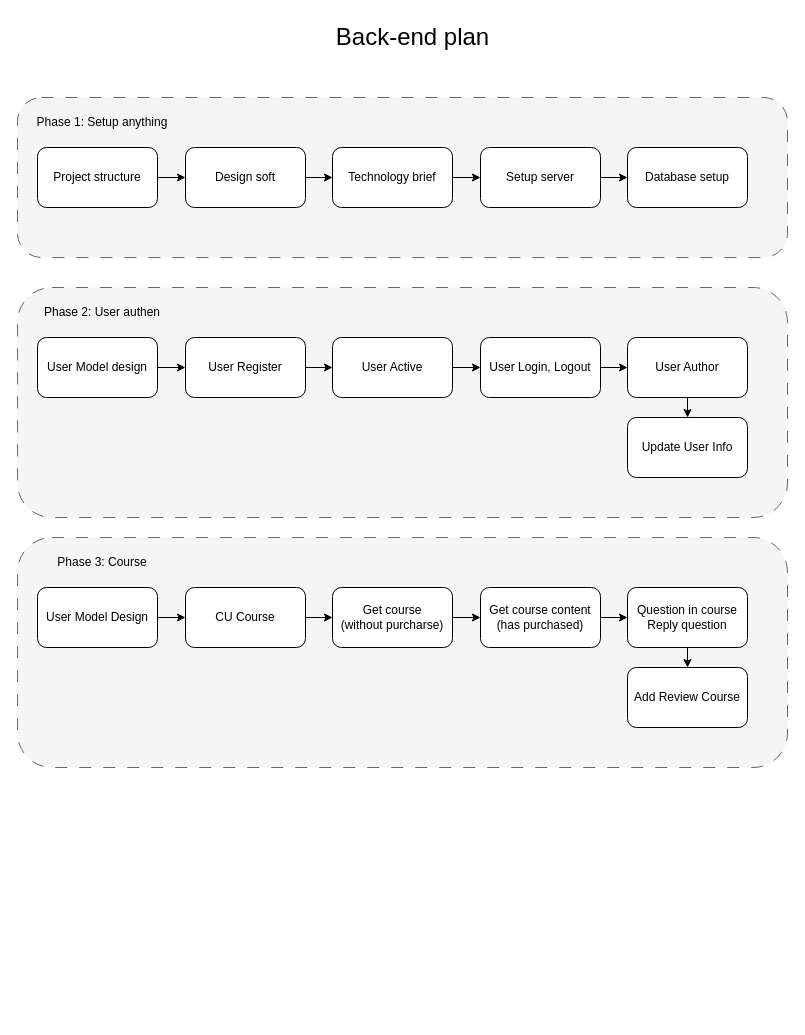
Earlier version of the draw.io diagram Diagrams/backend_plan.drawio (tien-huce-edu/huce_final_project). Source tidied: cells renumbered, new cells numbered last; positions are measured from the earlier drawing's top-left corner, leaving out a move shared by most shapes. Both pictures are drawn from the tidied source at 100%, with x=0, y=0 at pixel (17, 17).
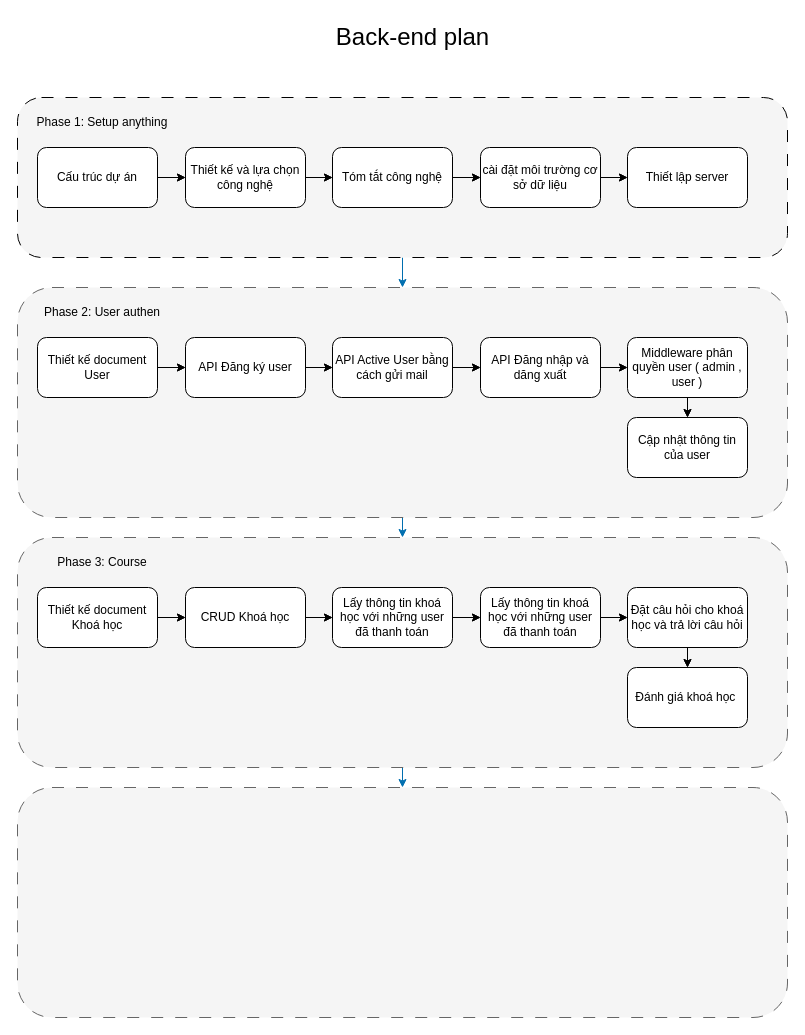
The same diagram, later.

Commit message:
document/diagram_backend_plan_update

The change refers to these unchanged cells:
```xml
<mxCell id="14" style="rounded=1;whiteSpace=wrap;html=1;dashed=1;dashPattern=12 12;fillColor=#f5f5f5;fontColor=#333333;strokeColor=#666666;align=center;" parent="1" vertex="1">
  <mxGeometry y="270" width="770" height="230" as="geometry" />
</mxCell>
<mxCell id="27" style="rounded=1;whiteSpace=wrap;html=1;dashed=1;dashPattern=12 12;fillColor=#f5f5f5;fontColor=#333333;strokeColor=#666666;align=center;" parent="1" vertex="1">
  <mxGeometry y="520" width="770" height="230" as="geometry" />
</mxCell>
```

The edit, as a diff of the source:
```diff
@@
+    <mxCell id="40" style="edgeStyle=orthogonalEdgeStyle;rounded=0;jettySize=auto;html=1;exitX=0.5;exitY=1;exitDx=0;exitDy=0;strokeColor=#006EAF;fillColor=#1ba1e2;" parent="1" edge="1" source="2" target="14">
+      <mxGeometry relative="1" as="geometry" />
+    </mxCell>
-    <mxCell id="2" style="rounded=1;whiteSpace=wrap;html=1;dashed=1;dashPattern=12 12;fillColor=#f5f5f5;fontColor=#333333;strokeColor=#666666;align=center;" parent="1" vertex="1">
+    <mxCell id="2" style="rounded=1;whiteSpace=wrap;html=1;dashed=1;dashPattern=12 12;fillColor=#f5f5f5;fontColor=#333333;strokeColor=#000000;align=center;" parent="1" vertex="1">
       <mxGeometry y="80" width="770" height="160" as="geometry" />
     </mxCell>
@@
-    <mxCell id="5" value="Project structure" style="rounded=1;whiteSpace=wrap;html=1;" parent="1" vertex="1">
+    <mxCell id="5" value="Cấu trúc dự án" style="rounded=1;whiteSpace=wrap;html=1;" parent="1" vertex="1">
       <mxGeometry x="20" y="130" width="120" height="60" as="geometry" />
     </mxCell>
@@
-    <mxCell id="7" value="Design soft" style="rounded=1;whiteSpace=wrap;html=1;" parent="1" vertex="1">
+    <mxCell id="7" value="Thiết kế và lựa chọn công nghệ" style="rounded=1;whiteSpace=wrap;html=1;" parent="1" vertex="1">
       <mxGeometry x="168" y="130" width="120" height="60" as="geometry" />
     </mxCell>
@@
+    <mxCell id="41" style="edgeStyle=orthogonalEdgeStyle;rounded=0;jettySize=auto;html=1;exitX=1;exitY=0.5;exitDx=0;exitDy=0;entryX=0;entryY=0.5;entryDx=0;entryDy=0;strokeColor=#000000;" parent="1" edge="1" source="9" target="11">
+      <mxGeometry relative="1" as="geometry" />
+    </mxCell>
-    <mxCell id="9" value="Technology brief" style="rounded=1;whiteSpace=wrap;html=1;" parent="1" vertex="1">
+    <mxCell id="9" value="Tóm tắt công nghệ" style="rounded=1;whiteSpace=wrap;html=1;" parent="1" vertex="1">
       <mxGeometry x="315" y="130" width="120" height="60" as="geometry" />
     </mxCell>
@@
+    <mxCell id="42" style="edgeStyle=orthogonalEdgeStyle;rounded=0;jettySize=auto;html=1;exitX=1;exitY=0.5;exitDx=0;exitDy=0;entryX=0;entryY=0.5;entryDx=0;entryDy=0;strokeColor=#000000;" parent="1" edge="1" source="11" target="12">
+      <mxGeometry relative="1" as="geometry" />
+    </mxCell>
-    <mxCell id="11" value="Setup server" style="rounded=1;whiteSpace=wrap;html=1;" parent="1" vertex="1">
+    <mxCell id="11" value="cài đặt môi trường cơ sở dữ liệu" style="rounded=1;whiteSpace=wrap;html=1;" parent="1" vertex="1">
       <mxGeometry x="463" y="130" width="120" height="60" as="geometry" />
     </mxCell>
-    <mxCell id="12" value="Database setup" style="rounded=1;whiteSpace=wrap;html=1;" parent="1" vertex="1">
+    <mxCell id="12" value="Thiết lập server" style="rounded=1;whiteSpace=wrap;html=1;" parent="1" vertex="1">
       <mxGeometry x="610" y="130" width="120" height="60" as="geometry" />
     </mxCell>
@@
+    <mxCell id="43" style="edgeStyle=orthogonalEdgeStyle;rounded=0;jettySize=auto;html=1;exitX=0.5;exitY=1;exitDx=0;exitDy=0;entryX=0.5;entryY=0;entryDx=0;entryDy=0;fillColor=#1ba1e2;strokeColor=#006EAF;" parent="1" edge="1" source="14" target="27">
+      <mxGeometry relative="1" as="geometry" />
+    </mxCell>
@@
+    <mxCell id="44" style="edgeStyle=orthogonalEdgeStyle;rounded=0;jettySize=auto;html=1;exitX=1;exitY=0.5;exitDx=0;exitDy=0;entryX=0;entryY=0.5;entryDx=0;entryDy=0;strokeColor=#000000;" parent="1" edge="1" source="16" target="18">
+      <mxGeometry relative="1" as="geometry" />
+    </mxCell>
-    <mxCell id="16" value="User Model design" style="rounded=1;whiteSpace=wrap;html=1;" parent="1" vertex="1">
+    <mxCell id="16" value="Thiết kế document User" style="rounded=1;whiteSpace=wrap;html=1;" parent="1" vertex="1">
       <mxGeometry x="20" y="320" width="120" height="60" as="geometry" />
     </mxCell>
@@
+    <mxCell id="45" style="edgeStyle=orthogonalEdgeStyle;rounded=0;jettySize=auto;html=1;exitX=1;exitY=0.5;exitDx=0;exitDy=0;entryX=0;entryY=0.5;entryDx=0;entryDy=0;strokeColor=#000000;align=center;verticalAlign=middle;fontFamily=Helvetica;fontSize=11;fontColor=default;labelBackgroundColor=default;endArrow=classic;" parent="1" edge="1" source="18" target="20">
+      <mxGeometry relative="1" as="geometry" />
+    </mxCell>
-    <mxCell id="18" value="User Register" style="rounded=1;whiteSpace=wrap;html=1;" parent="1" vertex="1">
+    <mxCell id="18" value="API Đăng ký user" style="rounded=1;whiteSpace=wrap;html=1;" parent="1" vertex="1">
       <mxGeometry x="168" y="320" width="120" height="60" as="geometry" />
     </mxCell>
@@
+    <mxCell id="46" style="edgeStyle=orthogonalEdgeStyle;rounded=0;jettySize=auto;html=1;exitX=1;exitY=0.5;exitDx=0;exitDy=0;entryX=0;entryY=0.5;entryDx=0;entryDy=0;strokeColor=#000000;align=center;verticalAlign=middle;fontFamily=Helvetica;fontSize=11;fontColor=default;labelBackgroundColor=default;endArrow=classic;" parent="1" edge="1" source="20" target="22">
+      <mxGeometry relative="1" as="geometry" />
+    </mxCell>
-    <mxCell id="20" value="User Active" style="rounded=1;whiteSpace=wrap;html=1;" parent="1" vertex="1">
+    <mxCell id="20" value="API Active User bằng cách gửi mail" style="rounded=1;whiteSpace=wrap;html=1;" parent="1" vertex="1">
       <mxGeometry x="315" y="320" width="120" height="60" as="geometry" />
     </mxCell>
@@
+    <mxCell id="47" style="edgeStyle=orthogonalEdgeStyle;rounded=0;jettySize=auto;html=1;exitX=1;exitY=0.5;exitDx=0;exitDy=0;entryX=0;entryY=0.5;entryDx=0;entryDy=0;strokeColor=#000000;align=center;verticalAlign=middle;fontFamily=Helvetica;fontSize=11;fontColor=default;labelBackgroundColor=default;endArrow=classic;" parent="1" edge="1" source="22" target="24">
+      <mxGeometry relative="1" as="geometry" />
+    </mxCell>
-    <mxCell id="22" value="User Login, Logout" style="rounded=1;whiteSpace=wrap;html=1;" parent="1" vertex="1">
+    <mxCell id="22" value="API Đăng nhập và dăng xuất" style="rounded=1;whiteSpace=wrap;html=1;" parent="1" vertex="1">
       <mxGeometry x="463" y="320" width="120" height="60" as="geometry" />
     </mxCell>
@@
+    <mxCell id="48" style="edgeStyle=orthogonalEdgeStyle;rounded=0;jettySize=auto;html=1;exitX=0.5;exitY=1;exitDx=0;exitDy=0;entryX=0.5;entryY=0;entryDx=0;entryDy=0;strokeColor=#000000;align=center;verticalAlign=middle;fontFamily=Helvetica;fontSize=11;fontColor=default;labelBackgroundColor=default;endArrow=classic;" parent="1" edge="1" source="24" target="26">
+      <mxGeometry relative="1" as="geometry" />
+    </mxCell>
-    <mxCell id="24" value="User Author" style="rounded=1;whiteSpace=wrap;html=1;" parent="1" vertex="1">
+    <mxCell id="24" value="&lt;div&gt;Middleware phân quyền user ( admin , user )&lt;/div&gt;" style="rounded=1;whiteSpace=wrap;html=1;" parent="1" vertex="1">
       <mxGeometry x="610" y="320" width="120" height="60" as="geometry" />
     </mxCell>
@@
-    <mxCell id="26" value="Update User Info" style="rounded=1;whiteSpace=wrap;html=1;" parent="1" vertex="1">
+    <mxCell id="26" value="Cập nhật thông tin của user" style="rounded=1;whiteSpace=wrap;html=1;" parent="1" vertex="1">
       <mxGeometry x="610" y="400" width="120" height="60" as="geometry" />
     </mxCell>
+    <mxCell id="49" style="edgeStyle=orthogonalEdgeStyle;rounded=0;jettySize=auto;html=1;exitX=0.5;exitY=1;exitDx=0;exitDy=0;entryX=0.5;entryY=0;entryDx=0;entryDy=0;strokeColor=#006EAF;align=center;verticalAlign=middle;fontFamily=Helvetica;fontSize=11;fontColor=default;labelBackgroundColor=default;endArrow=classic;fillColor=#1ba1e2;" parent="1" edge="1" source="27" target="55">
+      <mxGeometry relative="1" as="geometry" />
+    </mxCell>
@@
+    <mxCell id="50" style="edgeStyle=orthogonalEdgeStyle;rounded=0;jettySize=auto;html=1;exitX=1;exitY=0.5;exitDx=0;exitDy=0;entryX=0;entryY=0.5;entryDx=0;entryDy=0;strokeColor=#000000;align=center;verticalAlign=middle;fontFamily=Helvetica;fontSize=11;fontColor=default;labelBackgroundColor=default;endArrow=classic;" parent="1" edge="1" source="29" target="31">
+      <mxGeometry relative="1" as="geometry" />
+    </mxCell>
-    <mxCell id="29" value="User Model Design" style="rounded=1;whiteSpace=wrap;html=1;" parent="1" vertex="1">
+    <mxCell id="29" value="Thiết kế document Khoá học" style="rounded=1;whiteSpace=wrap;html=1;" parent="1" vertex="1">
       <mxGeometry x="20" y="570" width="120" height="60" as="geometry" />
     </mxCell>
@@
+    <mxCell id="51" style="edgeStyle=orthogonalEdgeStyle;rounded=0;jettySize=auto;html=1;exitX=1;exitY=0.5;exitDx=0;exitDy=0;entryX=0;entryY=0.5;entryDx=0;entryDy=0;strokeColor=#000000;align=center;verticalAlign=middle;fontFamily=Helvetica;fontSize=11;fontColor=default;labelBackgroundColor=default;endArrow=classic;" parent="1" edge="1" source="31" target="33">
+      <mxGeometry relative="1" as="geometry" />
+    </mxCell>
-    <mxCell id="31" value="CU Course" style="rounded=1;whiteSpace=wrap;html=1;" parent="1" vertex="1">
+    <mxCell id="31" value="CRUD Khoá học" style="rounded=1;whiteSpace=wrap;html=1;" parent="1" vertex="1">
       <mxGeometry x="168" y="570" width="120" height="60" as="geometry" />
     </mxCell>
@@
+    <mxCell id="52" style="edgeStyle=orthogonalEdgeStyle;rounded=0;jettySize=auto;html=1;exitX=1;exitY=0.5;exitDx=0;exitDy=0;strokeColor=#000000;align=center;verticalAlign=middle;fontFamily=Helvetica;fontSize=11;fontColor=default;labelBackgroundColor=default;endArrow=classic;" parent="1" edge="1" source="33" target="35">
+      <mxGeometry relative="1" as="geometry" />
+    </mxCell>
-    <mxCell id="33" value="Get course&lt;br&gt;(without purcharse)" style="rounded=1;whiteSpace=wrap;html=1;" parent="1" vertex="1">
+    <mxCell id="33" value="Lấy thông tin khoá học với những user đã thanh toán" style="rounded=1;whiteSpace=wrap;html=1;" parent="1" vertex="1">
       <mxGeometry x="315" y="570" width="120" height="60" as="geometry" />
     </mxCell>
@@
+    <mxCell id="53" style="edgeStyle=orthogonalEdgeStyle;rounded=0;jettySize=auto;html=1;exitX=1;exitY=0.5;exitDx=0;exitDy=0;entryX=0;entryY=0.5;entryDx=0;entryDy=0;strokeColor=#000000;align=center;verticalAlign=middle;fontFamily=Helvetica;fontSize=11;fontColor=default;labelBackgroundColor=default;endArrow=classic;" parent="1" edge="1" source="35" target="37">
+      <mxGeometry relative="1" as="geometry" />
+    </mxCell>
-    <mxCell id="35" value="Get course content&lt;br&gt;(has purchased)" style="rounded=1;whiteSpace=wrap;html=1;" parent="1" vertex="1">
+    <mxCell id="35" value="Lấy thông tin khoá học với những user đã thanh toán" style="rounded=1;whiteSpace=wrap;html=1;" parent="1" vertex="1">
       <mxGeometry x="463" y="570" width="120" height="60" as="geometry" />
     </mxCell>
@@
+    <mxCell id="54" style="edgeStyle=orthogonalEdgeStyle;rounded=0;jettySize=auto;html=1;exitX=0.5;exitY=1;exitDx=0;exitDy=0;entryX=0.5;entryY=0;entryDx=0;entryDy=0;strokeColor=#000000;align=center;verticalAlign=middle;fontFamily=Helvetica;fontSize=11;fontColor=default;labelBackgroundColor=default;endArrow=classic;" parent="1" edge="1" source="37" target="39">
+      <mxGeometry relative="1" as="geometry" />
+    </mxCell>
-    <mxCell id="37" value="Question in course&lt;br&gt;Reply question" style="rounded=1;whiteSpace=wrap;html=1;" parent="1" vertex="1">
+    <mxCell id="37" value="Đặt câu hỏi cho khoá học và trả lời câu hỏi" style="rounded=1;whiteSpace=wrap;html=1;" parent="1" vertex="1">
       <mxGeometry x="610" y="570" width="120" height="60" as="geometry" />
     </mxCell>
@@
-    <mxCell id="39" value="Add Review Course" style="rounded=1;whiteSpace=wrap;html=1;" parent="1" vertex="1">
+    <mxCell id="39" value="Đánh giá khoá học&amp;nbsp;" style="rounded=1;whiteSpace=wrap;html=1;" parent="1" vertex="1">
       <mxGeometry x="610" y="650" width="120" height="60" as="geometry" />
     </mxCell>
+    <mxCell id="55" style="rounded=1;whiteSpace=wrap;html=1;dashed=1;dashPattern=12 12;fillColor=#f5f5f5;fontColor=#333333;strokeColor=#666666;align=center;" parent="1" vertex="1">
+      <mxGeometry y="770" width="770" height="230" as="geometry" />
+    </mxCell>
+    <mxCell id="56" style="endArrow=classic;html=1;rounded=0;exitX=1;exitY=0.5;exitDx=0;exitDy=0;entryX=0;entryY=0.5;entryDx=0;entryDy=0;shadow=0;strokeColor=#000000;" parent="1" edge="1" source="5" target="7">
+      <mxGeometry relative="1" as="geometry" />
+    </mxCell>
+    <mxCell id="57" style="endArrow=classic;html=1;rounded=0;shadow=0;strokeColor=#000000;" parent="1" edge="1" source="7" target="9">
+      <mxGeometry relative="1" as="geometry" />
+    </mxCell>
```
